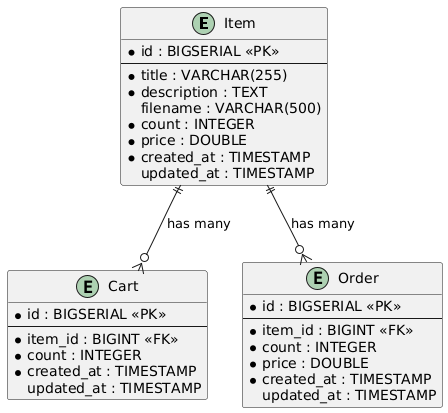
Before: src/main/diagrams/generated/er-diagram.png, a diagram exported from PlantUML (ksa-git-01/intershop). Its diagram source:
```plantuml
@startuml
entity Item {
  * id : BIGSERIAL <<PK>>
  --
  * title : VARCHAR(255)
  * description : TEXT
  filename : VARCHAR(500)
  * count : INTEGER
  * price : DOUBLE
  * created_at : TIMESTAMP
  updated_at : TIMESTAMP
}

entity Cart {
  * id : BIGSERIAL <<PK>>
  --
  * item_id : BIGINT <<FK>>
  * count : INTEGER
  * created_at : TIMESTAMP
  updated_at : TIMESTAMP
}

entity Order {
  * id : BIGSERIAL <<PK>>
  --
  * item_id : BIGINT <<FK>>
  * count : INTEGER
  * price : DOUBLE
  * created_at : TIMESTAMP
  updated_at : TIMESTAMP
}


Item ||--o{ Cart : "has many"
Item ||--o{ Order : "has many"

@enduml
```
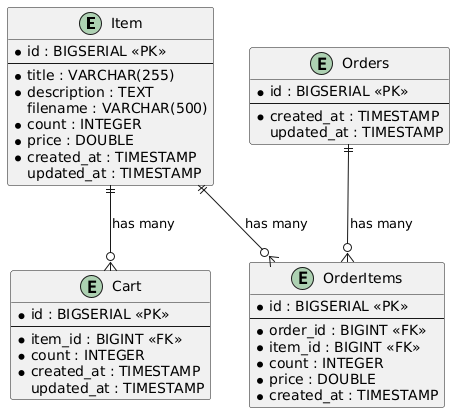
After the change.

Commit message:
Auto-generate PlantUML diagrams [skip ci]

Diff of the diagram source:
```diff
@@ -20,18 +20,26 @@
   updated_at : TIMESTAMP
 }
 
-entity Order {
+entity Orders {
   * id : BIGSERIAL <<PK>>
   --
+  * created_at : TIMESTAMP
+  updated_at : TIMESTAMP
+}
+
+entity OrderItems {
+  * id : BIGSERIAL <<PK>>
+  --
+  * order_id : BIGINT <<FK>>
   * item_id : BIGINT <<FK>>
   * count : INTEGER
   * price : DOUBLE
   * created_at : TIMESTAMP
-  updated_at : TIMESTAMP
 }
 
 
 Item ||--o{ Cart : "has many"
-Item ||--o{ Order : "has many"
+Item ||--o{ OrderItems : "has many"
+Orders ||--o{ OrderItems : "has many"
 
 @enduml
```
